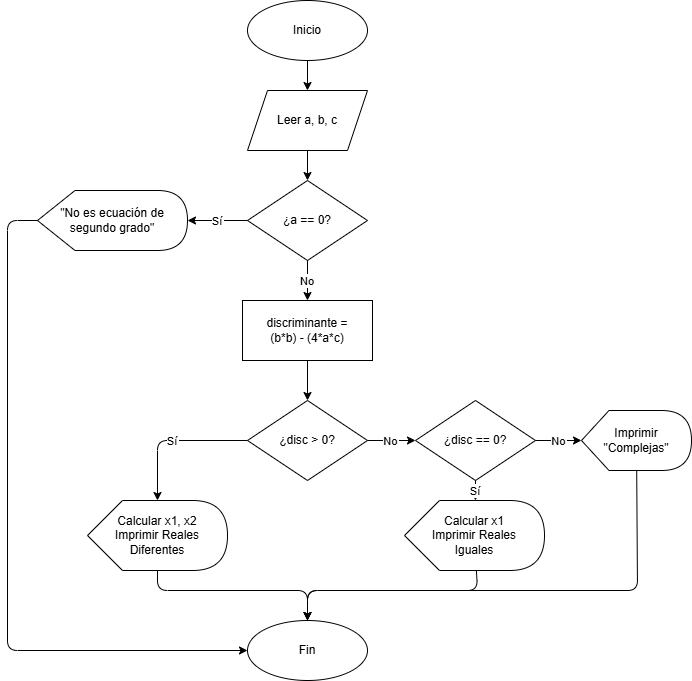
The draw.io diagram chapter5/dfd/dfd5.12.10_6.png in UPclopezpAalgorithmsBook/solutions, before a commit. Source tidied: cells renumbered, new cells last; positions are measured from the earlier drawing's top-left corner, leaving out a move shared by most shapes.
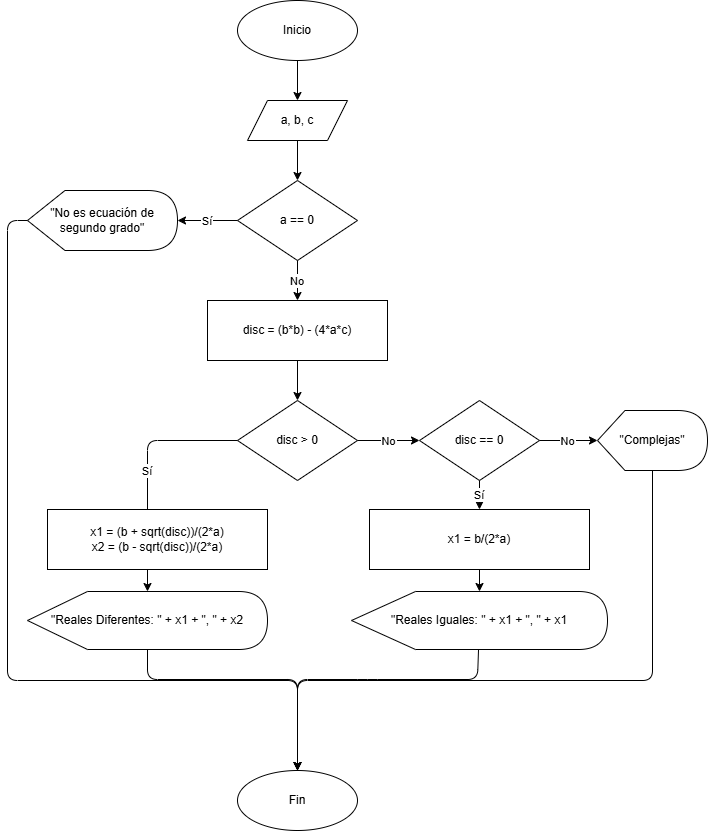
Above is the later version.

Change to the diagram source:
```diff
@@ -2,7 +2,7 @@
   <root>
     <mxCell id="0" />
     <mxCell id="1" parent="0" />
-    <mxCell id="2" parent="1" edge="1" source="x">
+    <mxCell id="2" parent="1" edge="1">
       <mxGeometry relative="1" as="geometry">
         <mxPoint x="240" y="440" as="targetPoint" />
         <Array as="points">
@@ -11,103 +11,121 @@
         </Array>
       </mxGeometry>
     </mxCell>
+    <mxCell id="27" style="endArrow=classic;html=1;exitX=0;exitY=0.5;exitDx=0;exitDy=0;entryX=0;entryY=0.5;entryDx=0;entryDy=0;" parent="1" edge="1">
+      <mxGeometry relative="1" as="geometry">
+        <mxPoint x="240" y="260" as="targetPoint" />
+        <Array as="points">
+          <mxPoint x="180" y="500" />
+          <mxPoint x="180" y="260" />
+        </Array>
+      </mxGeometry>
+    </mxCell>
     <mxCell id="3" value="Inicio" style="ellipse;whiteSpace=wrap;html=1;" parent="1" vertex="1">
       <mxGeometry x="240" width="120" height="60" as="geometry" />
     </mxCell>
-    <mxCell id="4" value="Leer a, b, c" style="shape=parallelogram;perimeter=parallelogramPerimeter;whiteSpace=wrap;html=1;fixedSize=1;" parent="1" vertex="1">
-      <mxGeometry x="240" y="90" width="120" height="60" as="geometry" />
-    </mxCell>
-    <mxCell id="5" value="¿a == 0?" style="rhombus;whiteSpace=wrap;html=1;" parent="1" vertex="1">
-      <mxGeometry x="240" y="180" width="120" height="80" as="geometry" />
-    </mxCell>
+    <mxCell id="28" value="a, b, c" style="shape=parallelogram;perimeter=parallelogramPerimeter;whiteSpace=wrap;html=1;fixedSize=1;" parent="1" vertex="1">
+      <mxGeometry x="250" y="100" width="100" height="40" as="geometry" />
+    </mxCell>
+    <mxCell id="29" value="a == 0" style="rhombus;whiteSpace=wrap;html=1;" parent="1" vertex="1">
+      <mxGeometry x="240" y="180" width="120" height="80" as="geometry" />
+    </mxCell>
     <mxCell id="6" value="&quot;No es ecuación de&lt;br&gt;segundo grado&quot;" style="shape=display;whiteSpace=wrap;html=1;" parent="1" vertex="1">
       <mxGeometry x="30" y="190" width="150" height="60" as="geometry" />
     </mxCell>
-    <mxCell id="7" value="discriminante =&lt;br&gt;(b*b) - (4*a*c)" style="rounded=0;whiteSpace=wrap;html=1;" parent="1" vertex="1">
-      <mxGeometry x="235" y="300" width="130" height="60" as="geometry" />
-    </mxCell>
-    <mxCell id="8" value="¿disc &gt; 0?" style="rhombus;whiteSpace=wrap;html=1;" parent="1" vertex="1">
-      <mxGeometry x="240" y="400" width="120" height="80" as="geometry" />
-    </mxCell>
-    <mxCell id="9" value="Calcular x1, x2&lt;br&gt;Imprimir Reales&lt;br&gt;Diferentes" style="shape=display;whiteSpace=wrap;html=1;" parent="1" vertex="1">
-      <mxGeometry x="80" y="500" width="140" height="70" as="geometry" />
-    </mxCell>
-    <mxCell id="10" value="¿disc == 0?" style="rhombus;whiteSpace=wrap;html=1;" parent="1" vertex="1">
-      <mxGeometry x="408" y="400" width="120" height="80" as="geometry" />
-    </mxCell>
-    <mxCell id="11" value="Calcular x1&lt;br&gt;Imprimir Reales&lt;br&gt;Iguales" style="shape=display;whiteSpace=wrap;html=1;" parent="1" vertex="1">
-      <mxGeometry x="397" y="500" width="140" height="70" as="geometry" />
-    </mxCell>
-    <mxCell id="12" value="Imprimir&lt;br&gt;&quot;Complejas&quot;" style="shape=display;whiteSpace=wrap;html=1;" parent="1" vertex="1">
-      <mxGeometry x="574" y="410" width="110" height="60" as="geometry" />
-    </mxCell>
+    <mxCell id="30" value="disc = (b*b) - (4*a*c)" style="rounded=0;whiteSpace=wrap;html=1;" parent="1" vertex="1">
+      <mxGeometry x="210" y="300" width="180" height="60" as="geometry" />
+    </mxCell>
+    <mxCell id="31" value="disc &amp;gt; 0" style="rhombus;whiteSpace=wrap;html=1;" parent="1" vertex="1">
+      <mxGeometry x="240" y="400" width="120" height="80" as="geometry" />
+    </mxCell>
+    <mxCell id="32" value="&lt;div&gt;&quot;Reales Diferentes: &quot; + x1 + &quot;, &quot; + x2&lt;/div&gt;" style="shape=display;whiteSpace=wrap;html=1;" parent="1" vertex="1">
+      <mxGeometry x="30" y="591" width="240" height="58" as="geometry" />
+    </mxCell>
+    <mxCell id="33" value="disc == 0" style="rhombus;whiteSpace=wrap;html=1;" parent="1" vertex="1">
+      <mxGeometry x="422" y="400" width="120" height="80" as="geometry" />
+    </mxCell>
+    <mxCell id="34" value="&quot;Reales Iguales: &quot; + x1 + &quot;, &quot; + x1" style="shape=display;whiteSpace=wrap;html=1;" parent="1" vertex="1">
+      <mxGeometry x="354" y="591" width="256" height="58" as="geometry" />
+    </mxCell>
+    <mxCell id="35" value="&quot;Complejas&quot;" style="shape=display;whiteSpace=wrap;html=1;" parent="1" vertex="1">
+      <mxGeometry x="600" y="410" width="110" height="60" as="geometry" />
+    </mxCell>
     <mxCell id="13" value="Fin" style="ellipse;whiteSpace=wrap;html=1;" parent="1" vertex="1">
-      <mxGeometry x="240" y="620" width="120" height="60" as="geometry" />
+      <mxGeometry x="240" y="770" width="120" height="60" as="geometry" />
     </mxCell>
-    <mxCell id="14" parent="1" edge="1" source="3" target="4">
-      <mxGeometry relative="1" as="geometry" />
-    </mxCell>
-    <mxCell id="15" parent="1" edge="1" source="4" target="5">
-      <mxGeometry relative="1" as="geometry" />
-    </mxCell>
-    <mxCell id="16" value="Sí" parent="1" edge="1" source="5" target="6">
-      <mxGeometry relative="1" as="geometry" />
-    </mxCell>
-    <mxCell id="17" value="No" parent="1" edge="1" source="5" target="7">
-      <mxGeometry relative="1" as="geometry" />
-    </mxCell>
-    <mxCell id="18" parent="1" edge="1" source="7" target="8">
-      <mxGeometry relative="1" as="geometry" />
-    </mxCell>
-    <mxCell id="19" value="Sí" parent="1" edge="1" source="8" target="9">
-      <mxGeometry relative="1" as="geometry">
-        <Array as="points">
-          <mxPoint x="150" y="440" />
-        </Array>
-      </mxGeometry>
-    </mxCell>
-    <mxCell id="20" value="No" style="exitX=1;exitY=0.5;exitDx=0;exitDy=0;" parent="1" edge="1" source="8" target="10">
-      <mxGeometry relative="1" as="geometry" />
-    </mxCell>
-    <mxCell id="21" value="Sí" parent="1" edge="1" source="10">
-      <mxGeometry relative="1" as="geometry">
-        <mxPoint x="468" y="500" as="targetPoint" />
-      </mxGeometry>
-    </mxCell>
-    <mxCell id="22" value="No" parent="1" edge="1" source="10" target="12">
-      <mxGeometry relative="1" as="geometry" />
-    </mxCell>
+    <mxCell id="36" parent="1" edge="1" source="3" target="28">
+      <mxGeometry relative="1" as="geometry" />
+    </mxCell>
+    <mxCell id="37" parent="1" edge="1" source="28" target="29">
+      <mxGeometry relative="1" as="geometry" />
+    </mxCell>
+    <mxCell id="38" value="Sí" parent="1" edge="1" source="29" target="6">
+      <mxGeometry relative="1" as="geometry" />
+    </mxCell>
+    <mxCell id="39" value="No" parent="1" edge="1" source="29" target="30">
+      <mxGeometry relative="1" as="geometry" />
+    </mxCell>
+    <mxCell id="40" parent="1" edge="1" source="30" target="31">
+      <mxGeometry relative="1" as="geometry" />
+    </mxCell>
+    <mxCell id="41" value="Sí" parent="1" edge="1" source="31" target="32">
+      <mxGeometry relative="1" as="geometry">
+        <Array as="points">
+          <mxPoint x="150" y="440" />
+        </Array>
+      </mxGeometry>
+    </mxCell>
+    <mxCell id="42" value="No" parent="1" edge="1" source="31" target="33">
+      <mxGeometry relative="1" as="geometry" />
+    </mxCell>
+    <mxCell id="43" value="Sí" style="entryX=0.5;entryY=0;entryDx=0;entryDy=0;exitX=0.5;exitY=1;exitDx=0;exitDy=0;" parent="1" edge="1" source="33" target="50">
+      <mxGeometry relative="1" as="geometry" />
+    </mxCell>
+    <mxCell id="44" value="No" parent="1" edge="1" source="33" target="35">
+      <mxGeometry relative="1" as="geometry" />
+    </mxCell>
-    <mxCell id="23" parent="1" edge="1" source="6" target="13">
+    <mxCell id="23" style="entryX=0.5;entryY=0;entryDx=0;entryDy=0;" parent="1" edge="1" source="6" target="13">
       <mxGeometry relative="1" as="geometry">
         <Array as="points">
-          <mxPoint y="220" />
-          <mxPoint y="650" />
+          <mxPoint x="10" y="220" />
+          <mxPoint x="10" y="680" />
+          <mxPoint x="300" y="680" />
         </Array>
       </mxGeometry>
     </mxCell>
-    <mxCell id="24" parent="1" edge="1" source="9" target="13">
-      <mxGeometry relative="1" as="geometry">
-        <Array as="points">
-          <mxPoint x="150" y="590" />
-          <mxPoint x="300" y="590" />
-        </Array>
-      </mxGeometry>
-    </mxCell>
-    <mxCell id="25" parent="1" edge="1" source="11" target="13">
-      <mxGeometry relative="1" as="geometry">
-        <Array as="points">
-          <mxPoint x="470" y="590" />
-          <mxPoint x="300" y="590" />
-        </Array>
-      </mxGeometry>
-    </mxCell>
-    <mxCell id="26" parent="1" edge="1" source="12" target="13">
-      <mxGeometry relative="1" as="geometry">
-        <Array as="points">
-          <mxPoint x="630" y="590" />
-          <mxPoint x="300" y="590" />
-        </Array>
-      </mxGeometry>
-    </mxCell>
+    <mxCell id="45" parent="1" edge="1" source="32" target="13">
+      <mxGeometry relative="1" as="geometry">
+        <Array as="points">
+          <mxPoint x="150" y="679" />
+          <mxPoint x="300" y="679" />
+        </Array>
+      </mxGeometry>
+    </mxCell>
+    <mxCell id="46" parent="1" edge="1" source="34" target="13">
+      <mxGeometry relative="1" as="geometry">
+        <Array as="points">
+          <mxPoint x="480" y="679" />
+          <mxPoint x="370" y="679" />
+          <mxPoint x="300" y="679" />
+        </Array>
+      </mxGeometry>
+    </mxCell>
+    <mxCell id="47" parent="1" edge="1" source="35" target="13">
+      <mxGeometry relative="1" as="geometry">
+        <Array as="points">
+          <mxPoint x="655" y="680" />
+          <mxPoint x="300" y="680" />
+        </Array>
+      </mxGeometry>
+    </mxCell>
+    <mxCell id="48" value="x1 = (b + sqrt(disc))/(2*a)&lt;div&gt;x2 = (b - sqrt(&lt;span style=&quot;background-color: transparent; color: light-dark(rgb(0, 0, 0), rgb(255, 255, 255));&quot;&gt;disc&lt;/span&gt;&lt;span style=&quot;background-color: transparent; color: light-dark(rgb(0, 0, 0), rgb(255, 255, 255));&quot;&gt;))/(2*a)&lt;/span&gt;&lt;/div&gt;" style="rounded=0;whiteSpace=wrap;html=1;" parent="1" vertex="1">
+      <mxGeometry x="50" y="509" width="220" height="60" as="geometry" />
+    </mxCell>
+    <mxCell id="49" style="edgeStyle=orthogonalEdgeStyle;rounded=0;jettySize=auto;html=1;exitX=0.5;exitY=1;exitDx=0;exitDy=0;" parent="1" edge="1" source="50" target="34">
+      <mxGeometry relative="1" as="geometry" />
+    </mxCell>
+    <mxCell id="50" value="x1 = b/(2*a)" style="rounded=0;whiteSpace=wrap;html=1;" parent="1" vertex="1">
+      <mxGeometry x="372" y="509" width="220" height="60" as="geometry" />
+    </mxCell>
   </root>
 </mxGraphModel>
```
